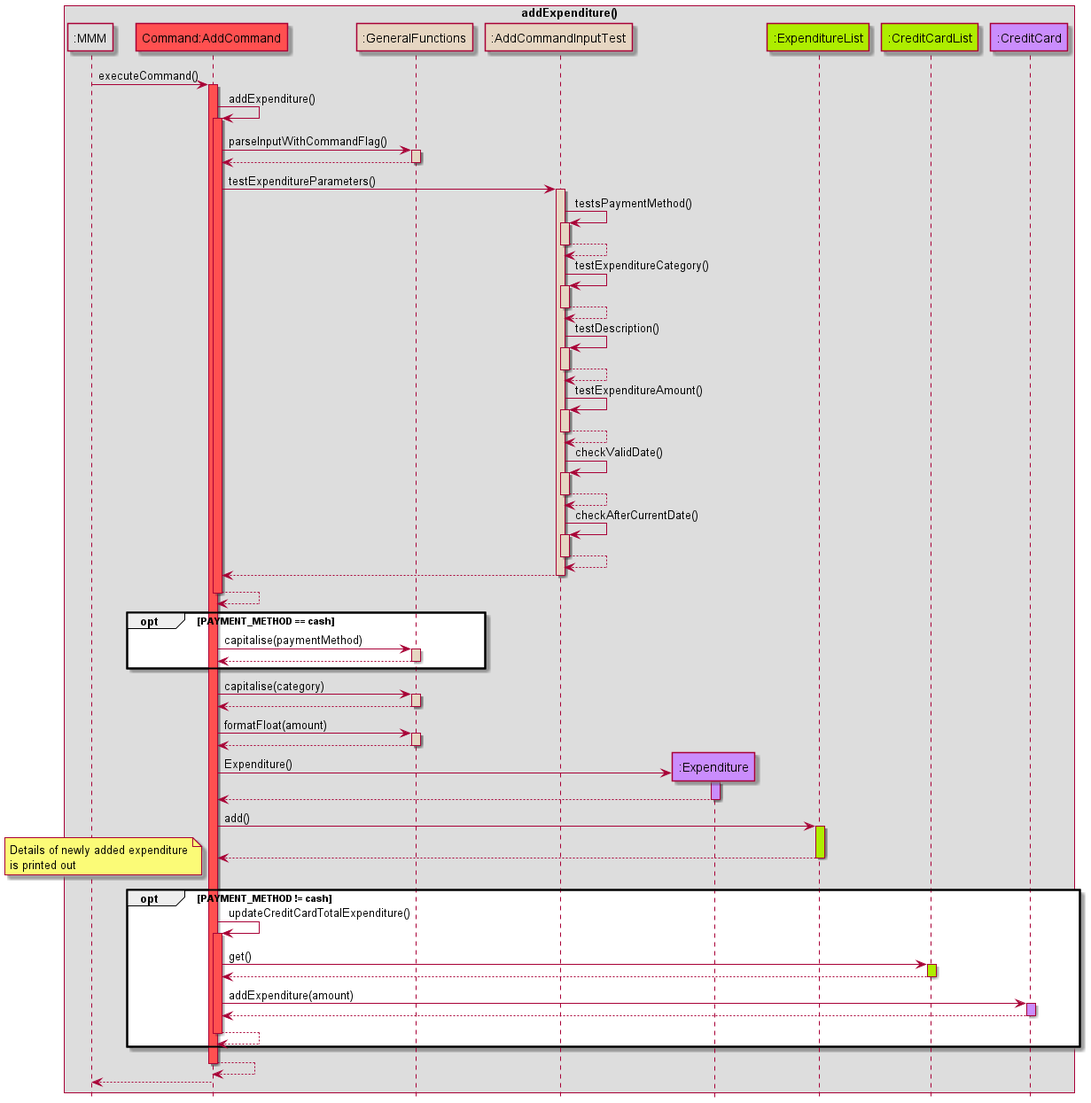
Earlier version of the PlantUML export docs/images/Add_Expenditure_Command_Sequence_Diagram.png (nus-cs2113-AY2122S2/tp).
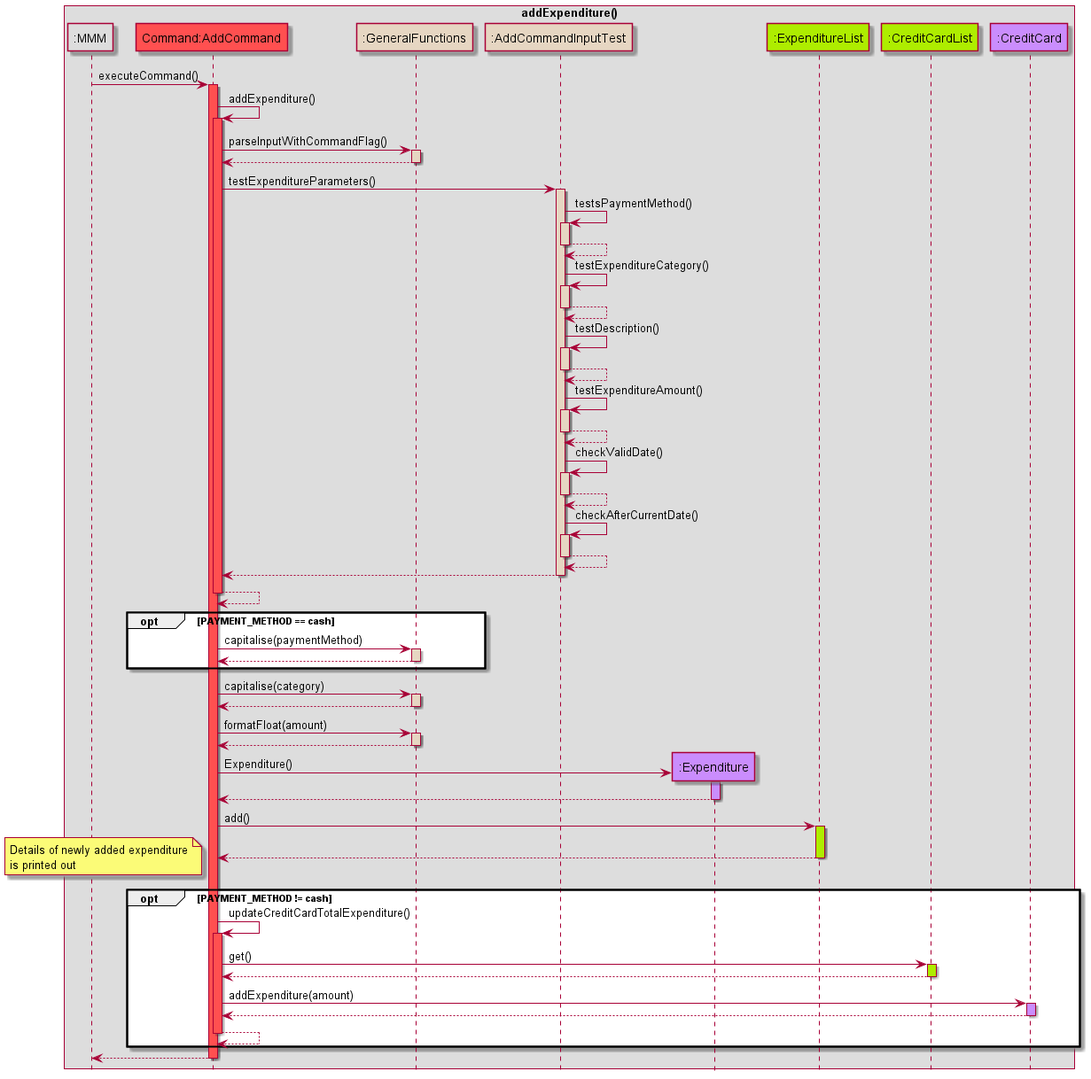
After the change.

What changed in the source:
```diff
@@ -116,8 +116,6 @@
 end
 
 
-AddCommand --> AddCommand:
-deactivate AddCommand
 AddCommand --> MMM
 deactivate AddCommand
 @enduml
```
